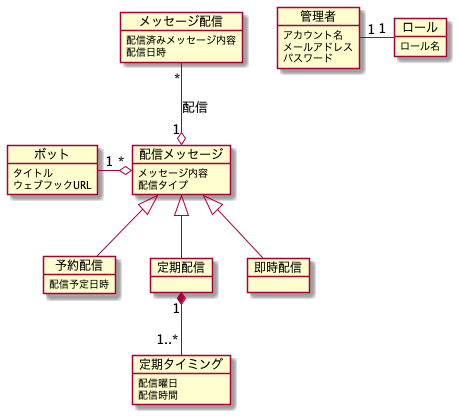
Earlier version of the PlantUML export diagram/analysis/model.png (takemo101/dc-scheduler).
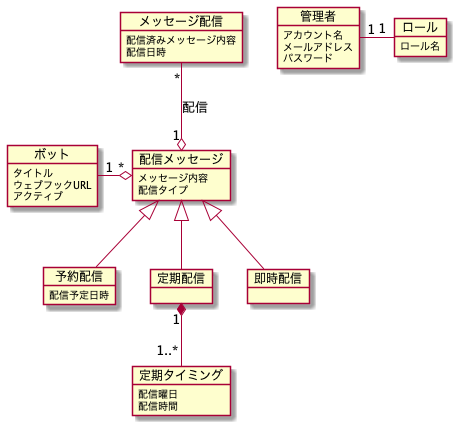
After the change.

Diff of the diagram source:
```diff
@@ -3,6 +3,7 @@
 object ボット {
     タイトル
     ウェブフックURL
+    アクティブ
 }
 object 配信メッセージ {
     メッセージ内容
```
